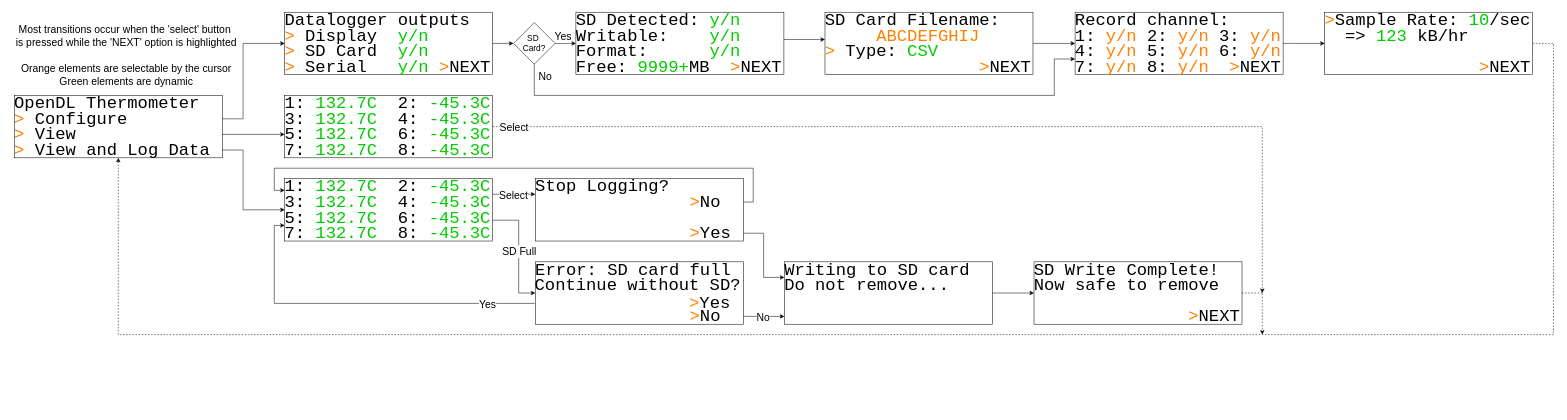
This is software/State Machine.drawio from RossPorter506/OpenDataLoggerThermometer, a draw.io file, before an edit. Source tidied: cells renumbered, new cells numbered last; positions are measured from the earlier drawing's top-left corner, leaving out a move shared by most shapes. Both pictures are drawn from the tidied source at 52%, with x=0, y=0 at pixel (9, 12).
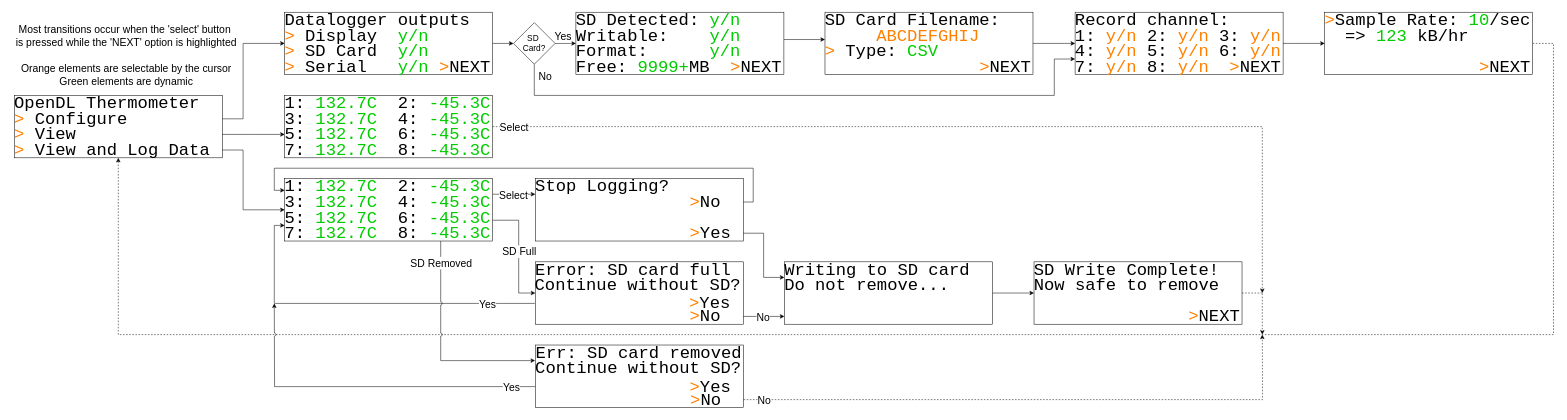
The same diagram, later.

Commit message (it also covers changes not shown here):
Add unexpected SD removal state and logic

Unchanged cells that the change refers to:
```xml
<mxCell id="84" value="&lt;font face=&quot;Courier New&quot;&gt;7: &lt;font color=&quot;#00cc00&quot;&gt;132.7C&lt;/font&gt;&amp;nbsp; 8: &lt;font color=&quot;#00cc00&quot;&gt;-45.3C&lt;/font&gt;&lt;br&gt;&lt;/font&gt;" style="text;html=1;align=left;verticalAlign=middle;whiteSpace=wrap;rounded=0;fontSize=33;spacingRight=0;spacingTop=0;spacing=0;imageHeight=24;fixedWidth=1;" parent="1" vertex="1">
  <mxGeometry x="530" y="410" width="400" height="30" as="geometry" />
</mxCell>
```

Diff of the diagram source:
```diff
@@
+    <mxCell id="87" style="edgeStyle=orthogonalEdgeStyle;rounded=0;jettySize=auto;html=1;exitX=0.75;exitY=1;exitDx=0;exitDy=0;entryX=0;entryY=0;entryDx=0;entryDy=0;jumpStyle=arc;" parent="1" edge="1" source="84" target="97">
+      <mxGeometry relative="1" as="geometry">
+        <Array as="points">
+          <mxPoint x="830" y="670" />
+        </Array>
+      </mxGeometry>
+    </mxCell>
+    <mxCell id="88" value="SD Removed" style="edgeLabel;html=1;align=center;verticalAlign=middle;fontSize=20;" parent="87" vertex="1">
+      <mxGeometry x="-0.8" relative="1" as="geometry" />
+    </mxCell>
@@
+    <mxCell id="89" style="rounded=0;whiteSpace=wrap;html=1;" parent="1" vertex="1">
+      <mxGeometry x="1012.5" y="640" width="400" height="120" as="geometry" />
+    </mxCell>
+    <mxCell id="90" style="edgeStyle=orthogonalEdgeStyle;rounded=0;jettySize=auto;html=1;exitX=1;exitY=0.5;exitDx=0;exitDy=0;dashed=1;" parent="1" edge="1" source="92">
+      <mxGeometry relative="1" as="geometry">
+        <mxPoint x="2410" y="620" as="targetPoint" />
+      </mxGeometry>
+    </mxCell>
+    <mxCell id="91" value="No" style="edgeLabel;html=1;align=center;verticalAlign=middle;fontSize=20;" parent="90" vertex="1">
+      <mxGeometry x="-0.92" y="-1" relative="1" as="geometry">
+        <mxPoint x="-6" y="-1" as="offset" />
+      </mxGeometry>
+    </mxCell>
+    <mxCell id="92" value="&lt;font face=&quot;Courier New&quot;&gt;&amp;nbsp; &amp;nbsp; &amp;nbsp; &amp;nbsp; &amp;nbsp; &amp;nbsp; &amp;nbsp; &amp;nbsp;&lt;font color=&quot;#ff8000&quot;&gt;&amp;gt;&lt;/font&gt;No&lt;/font&gt;" style="text;html=1;align=left;verticalAlign=middle;whiteSpace=wrap;rounded=0;fontSize=33;spacingRight=0;spacingTop=0;spacing=0;imageHeight=24;fixedWidth=1;" parent="1" vertex="1">
+      <mxGeometry x="1012.5" y="730" width="400" height="30" as="geometry" />
+    </mxCell>
+    <mxCell id="93" value="&lt;font face=&quot;Courier New&quot;&gt;Err: SD card removed&lt;br&gt;&lt;/font&gt;" style="text;html=1;align=left;verticalAlign=middle;whiteSpace=wrap;rounded=0;fontSize=33;spacingRight=0;spacingTop=0;spacing=0;imageHeight=24;fixedWidth=1;" parent="1" vertex="1">
+      <mxGeometry x="1012.5" y="640" width="400" height="30" as="geometry" />
+    </mxCell>
+    <mxCell id="94" style="edgeStyle=orthogonalEdgeStyle;rounded=0;jettySize=auto;html=1;exitX=0;exitY=0.5;exitDx=0;exitDy=0;jumpStyle=arc;" parent="1" edge="1" source="96">
+      <mxGeometry relative="1" as="geometry">
+        <mxPoint x="510" y="560" as="targetPoint" />
+      </mxGeometry>
+    </mxCell>
+    <mxCell id="95" value="Yes" style="edgeLabel;html=1;align=center;verticalAlign=middle;fontSize=20;" parent="94" vertex="1">
+      <mxGeometry x="-0.86" relative="1" as="geometry" />
+    </mxCell>
+    <mxCell id="96" value="&lt;font face=&quot;Courier New&quot;&gt;&amp;nbsp; &amp;nbsp; &amp;nbsp; &amp;nbsp; &amp;nbsp; &amp;nbsp; &amp;nbsp; &amp;nbsp;&lt;font color=&quot;#ff8000&quot;&gt;&amp;gt;&lt;/font&gt;&lt;/font&gt;&lt;font face=&quot;Courier New&quot;&gt;Yes&lt;br&gt;&lt;/font&gt;" style="text;html=1;align=left;verticalAlign=middle;whiteSpace=wrap;rounded=0;fontSize=33;spacingRight=0;spacingTop=0;spacing=0;imageHeight=24;fixedWidth=1;" parent="1" vertex="1">
+      <mxGeometry x="1011.5" y="705" width="400" height="30" as="geometry" />
+    </mxCell>
+    <mxCell id="97" value="&lt;font face=&quot;Courier New&quot;&gt;Continue without SD?&lt;/font&gt;&lt;font face=&quot;Courier New&quot;&gt;&lt;br&gt;&lt;/font&gt;" style="text;html=1;align=left;verticalAlign=middle;whiteSpace=wrap;rounded=0;fontSize=33;spacingRight=0;spacingTop=0;spacing=0;imageHeight=24;fixedWidth=1;" parent="1" vertex="1">
+      <mxGeometry x="1011.5" y="670" width="400" height="30" as="geometry" />
+    </mxCell>
```
